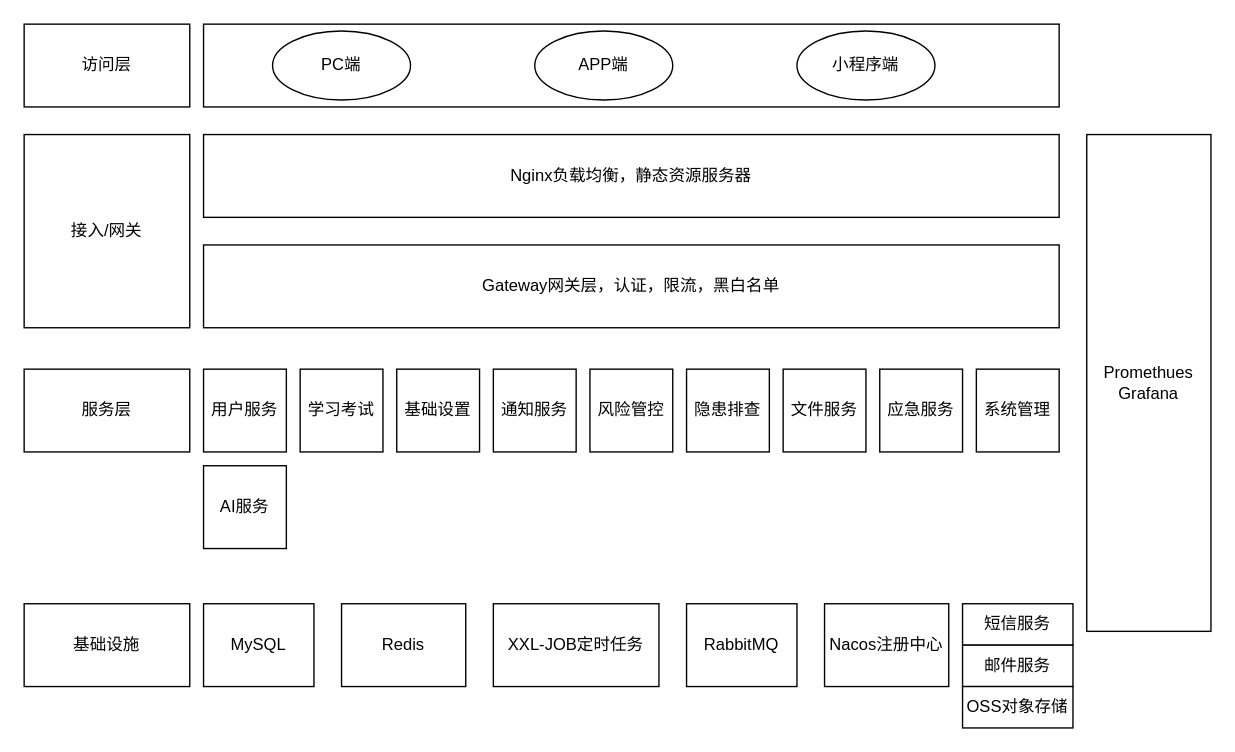
Above: 安信链架构图.drawio in sooxen/drawio (draw.io), before the change. Source tidied: cells renumbered, new cells numbered last; positions are measured from the earlier drawing's top-left corner, leaving out a move shared by most shapes. Both pictures are drawn from the tidied source at 138%, with x=0, y=0 at pixel (23, 23).
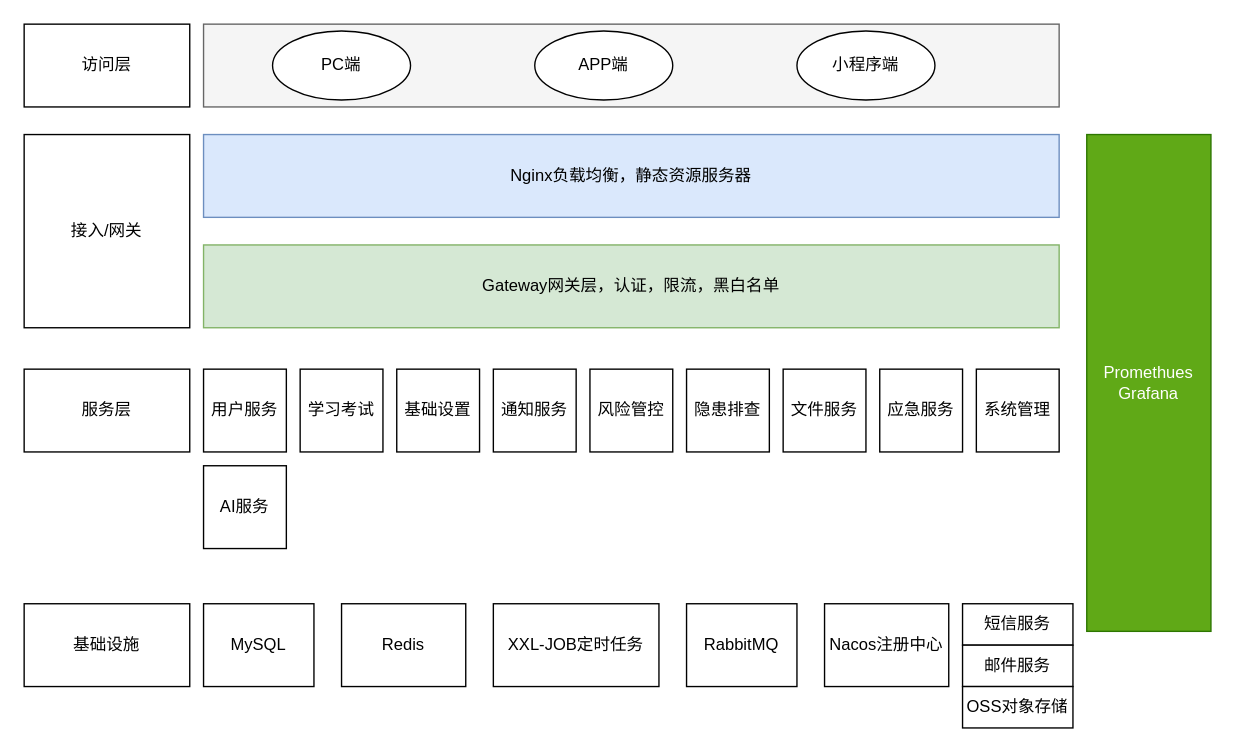
After the change.

Commit message (it also covers changes not shown here):
更新安信链架构图.drawio

What changed in the source:
```diff
@@
-    <mxCell id="3" style="rounded=0;whiteSpace=wrap;html=1;" parent="1" vertex="1">
+    <mxCell id="3" style="rounded=0;whiteSpace=wrap;html=1;fillColor=#f5f5f5;fontColor=#333333;strokeColor=#666666;" parent="1" vertex="1">
       <mxGeometry x="130" width="620" height="60" as="geometry" />
     </mxCell>
@@
-    <mxCell id="7" value="Nginx负载均衡，静态资源服务器" style="rounded=0;whiteSpace=wrap;html=1;" parent="1" vertex="1">
+    <mxCell id="7" value="Nginx负载均衡，静态资源服务器" style="rounded=0;whiteSpace=wrap;html=1;fillColor=#dae8fc;strokeColor=#6c8ebf;" parent="1" vertex="1">
       <mxGeometry x="130" y="80" width="620" height="60" as="geometry" />
     </mxCell>
-    <mxCell id="8" value="Gateway网关层，认证，限流，黑白名单" style="rounded=0;whiteSpace=wrap;html=1;" parent="1" vertex="1">
+    <mxCell id="8" value="Gateway网关层，认证，限流，黑白名单" style="rounded=0;whiteSpace=wrap;html=1;fillColor=#d5e8d4;strokeColor=#82b366;" parent="1" vertex="1">
       <mxGeometry x="130" y="160" width="620" height="60" as="geometry" />
     </mxCell>
@@
-    <mxCell id="21" value="Promethues&lt;br&gt;Grafana" style="rounded=0;whiteSpace=wrap;html=1;" parent="1" vertex="1">
+    <mxCell id="21" value="Promethues&lt;br&gt;Grafana" style="rounded=0;whiteSpace=wrap;html=1;fillColor=#60a917;fontColor=#ffffff;strokeColor=#2D7600;" parent="1" vertex="1">
       <mxGeometry x="770" y="80" width="90" height="360" as="geometry" />
     </mxCell>
```
